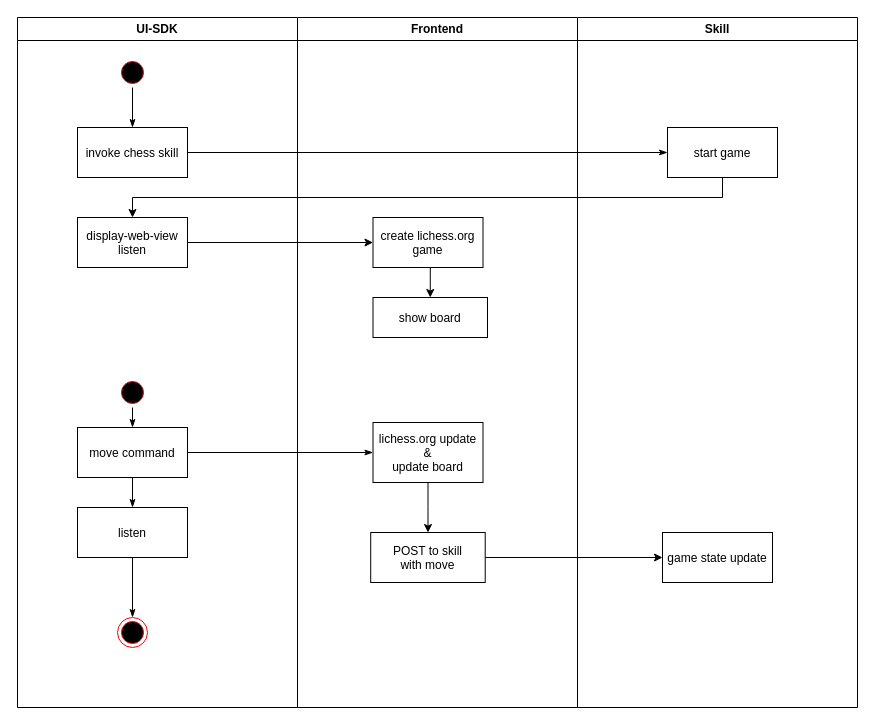
The draw.io diagram page "Command Flow" (2 of 2) of docs/flows.drawio in mosure/chess-assistant-skill, before the edit. Source tidied: cells renumbered, new cells numbered last; positions are measured from the earlier drawing's top-left corner, leaving out a move shared by most shapes. Both pictures are drawn from the tidied source at 100%, with x=0, y=0 at pixel (17, 17).
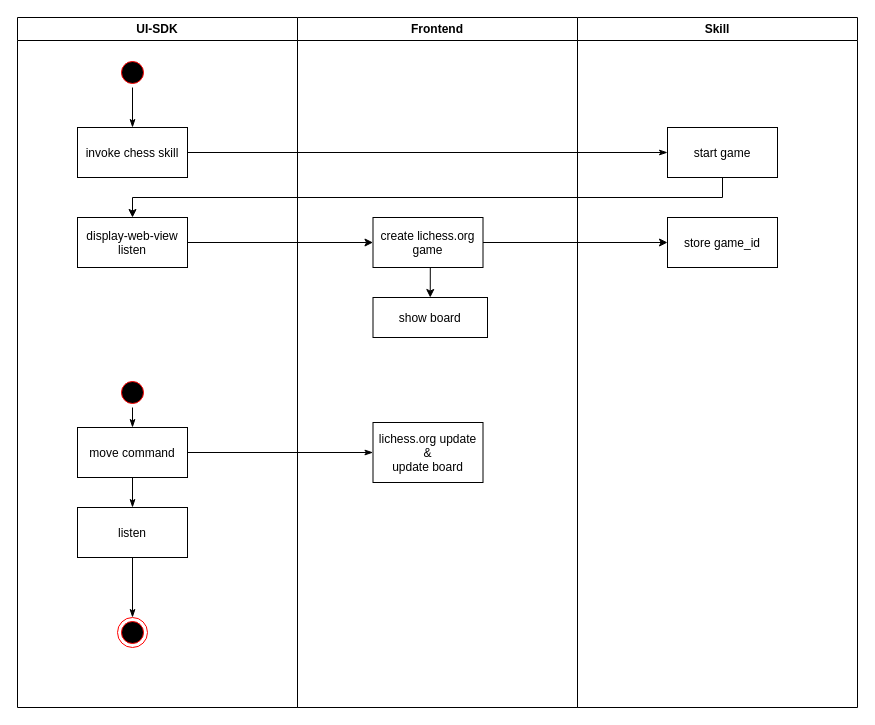
Above is the later version.

Unchanged cells that the change refers to:
```xml
<mxCell id="14" value="Frontend" style="swimlane;whiteSpace=wrap;" parent="1" vertex="1">
  <mxGeometry x="280" width="280" height="690" as="geometry" />
</mxCell>
<mxCell id="17" value="lichess.org update&#10;&amp;&#10;update board" parent="14" vertex="1">
  <mxGeometry x="75.5" y="405" width="110" height="60" as="geometry" />
</mxCell>
<mxCell id="19" value="create lichess.org&#10;game" parent="14" vertex="1">
  <mxGeometry x="75.5" y="200" width="110" height="50" as="geometry" />
</mxCell>
<mxCell id="21" value="Skill" style="swimlane;whiteSpace=wrap;startSize=23;" parent="1" vertex="1">
  <mxGeometry x="560" width="280" height="690" as="geometry" />
</mxCell>
```

What changed in the source:
```diff
@@
-    <mxCell id="16" style="edgeStyle=orthogonalEdgeStyle;rounded=0;jettySize=auto;html=1;exitX=0.5;exitY=1;exitDx=0;exitDy=0;" parent="14" edge="1" source="17" target="20">
-      <mxGeometry relative="1" as="geometry" />
-    </mxCell>
@@
-    <mxCell id="20" value="POST to skill&#10;with move" parent="14" vertex="1">
-      <mxGeometry x="73.2" y="515" width="114.5" height="50" as="geometry" />
-    </mxCell>
@@
-    <mxCell id="23" value="game state update" parent="21" vertex="1">
-      <mxGeometry x="85" y="515" width="110" height="50" as="geometry" />
+    <mxCell id="23" value="store game_id" parent="21" vertex="1">
+      <mxGeometry x="90" y="200" width="110" height="50" as="geometry" />
     </mxCell>
@@
-    <mxCell id="28" style="edgeStyle=orthogonalEdgeStyle;rounded=0;jettySize=auto;html=1;exitX=1;exitY=0.5;exitDx=0;exitDy=0;entryX=0;entryY=0.5;entryDx=0;entryDy=0;" parent="1" edge="1" source="20" target="23">
-      <mxGeometry relative="1" as="geometry" />
-    </mxCell>
+    <mxCell id="29" style="edgeStyle=orthogonalEdgeStyle;rounded=0;jettySize=auto;html=1;exitX=1;exitY=0.5;exitDx=0;exitDy=0;entryX=0;entryY=0.5;entryDx=0;entryDy=0;" parent="1" edge="1" source="19" target="23">
+      <mxGeometry relative="1" as="geometry" />
+    </mxCell>
```
